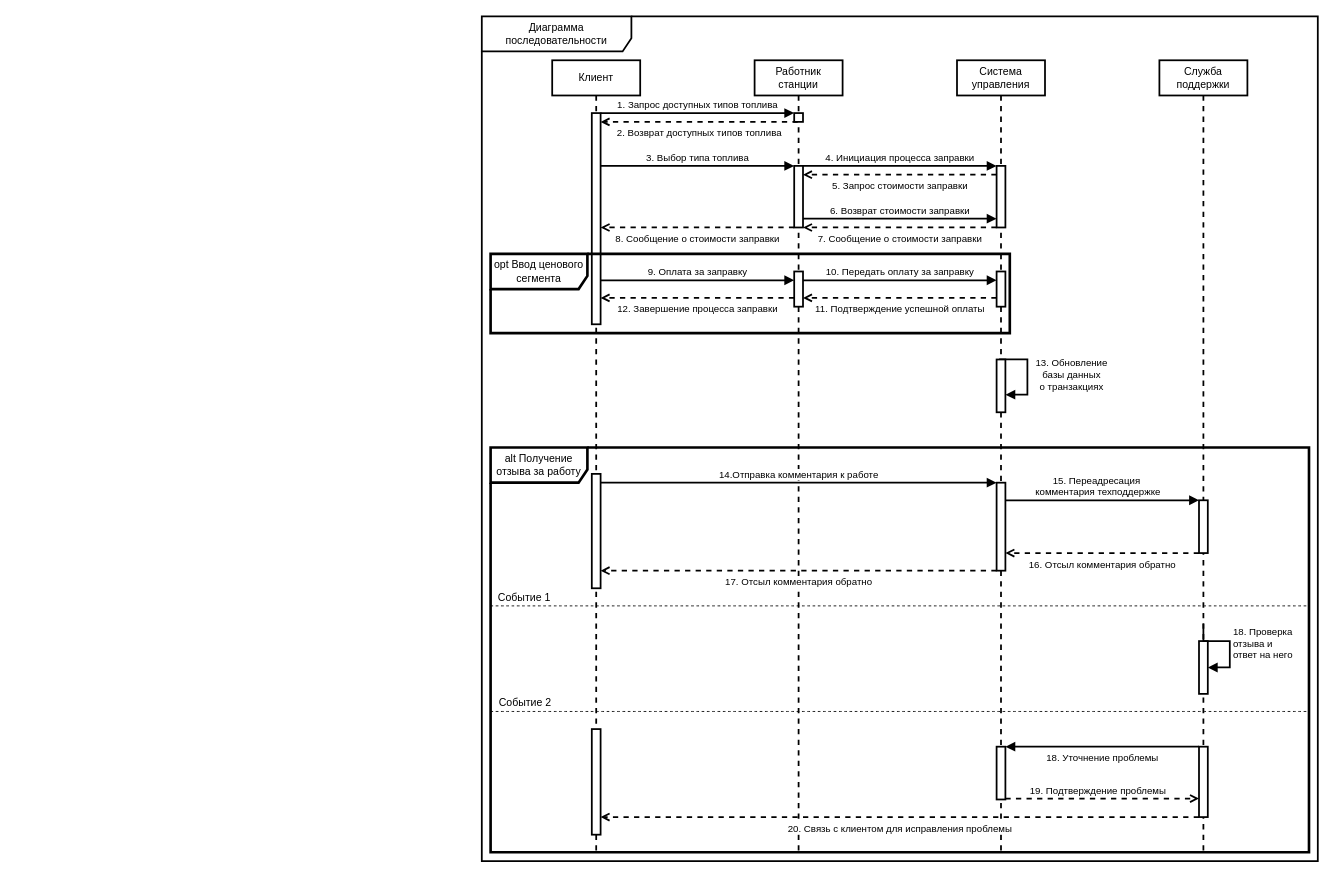
This is page "Page-1" (1 of 3) of Copy of 5.drawio from Helpmepleaseitishard/Aikms, a draw.io file, before an edit. Source tidied: cells renumbered, new cells numbered last; positions are measured from the earlier drawing's top-left corner, leaving out a move shared by most shapes. Both pictures are drawn from the tidied source at 88%, with x=0, y=0 at pixel (481, 16).
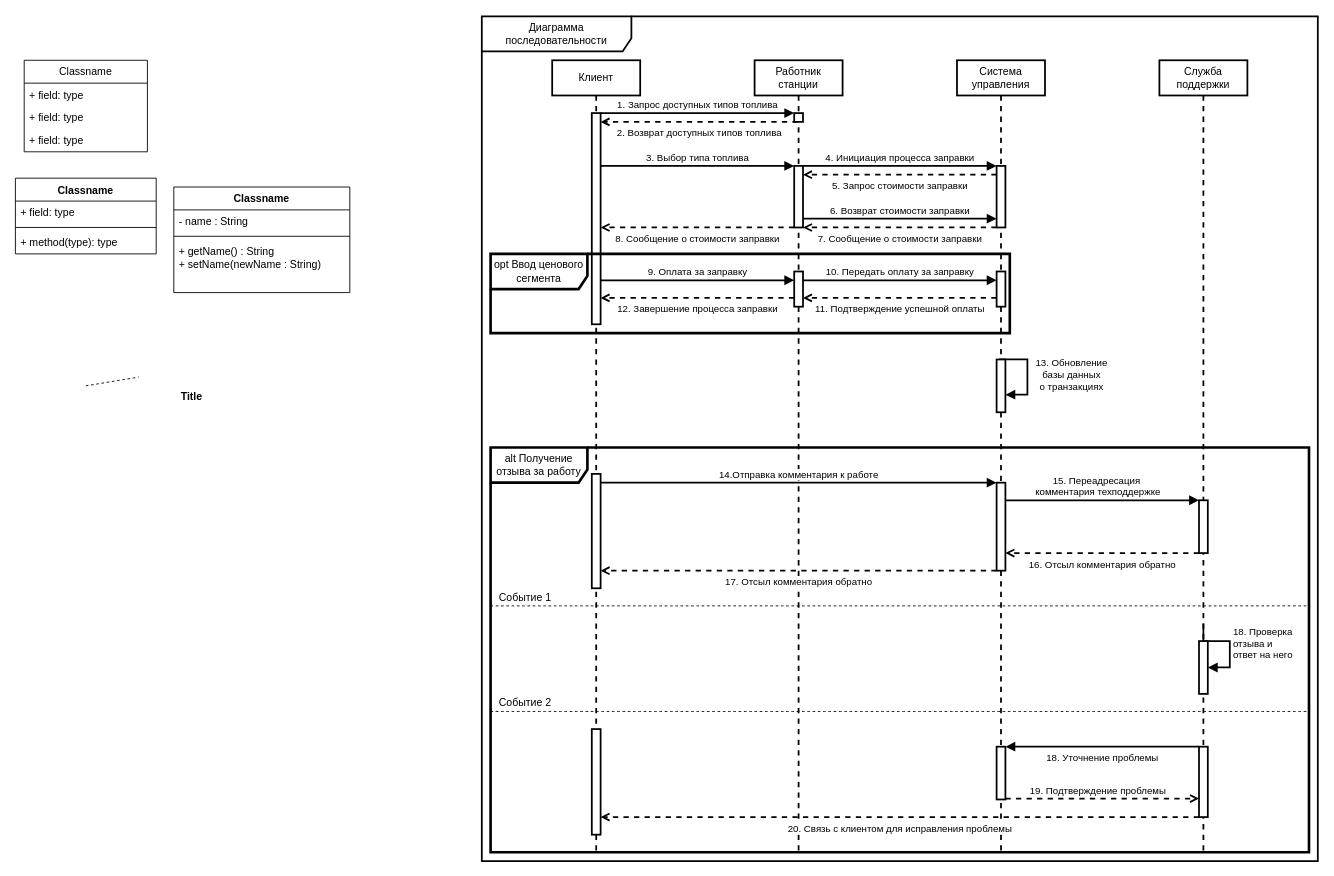
The same page after the edit.

Change to the diagram source:
```diff
@@
+    <mxCell id="48" style="endArrow=none;dashed=1;html=1;rounded=0;" parent="1" edge="1">
+      <mxGeometry relative="1" as="geometry">
+        <mxPoint x="-450" y="420" as="sourcePoint" />
+        <mxPoint x="-390" y="410" as="targetPoint" />
+      </mxGeometry>
+    </mxCell>
+    <mxCell id="49" value="Classname" style="swimlane;fontStyle=1;align=center;verticalAlign=top;horizontal=1;startSize=26;whiteSpace=wrap;html=1;" parent="1" vertex="1">
+      <mxGeometry x="-530" y="184" width="160" height="86" as="geometry" />
+    </mxCell>
+    <mxCell id="50" value="+ field: type" style="text;strokeColor=none;fillColor=none;align=left;verticalAlign=top;spacingLeft=4;spacingRight=4;overflow=hidden;whiteSpace=wrap;html=1;" parent="49" vertex="1">
+      <mxGeometry y="26" width="160" height="26" as="geometry" />
+    </mxCell>
+    <mxCell id="51" style="line;strokeWidth=1;fillColor=none;align=left;verticalAlign=middle;spacingTop=-1;spacingLeft=3;spacingRight=3;labelPosition=right;strokeColor=inherit;" parent="49" vertex="1">
+      <mxGeometry y="52" width="160" height="8" as="geometry" />
+    </mxCell>
+    <mxCell id="52" value="+ method(type): type" style="text;strokeColor=none;fillColor=none;align=left;verticalAlign=top;spacingLeft=4;spacingRight=4;overflow=hidden;whiteSpace=wrap;html=1;" parent="49" vertex="1">
+      <mxGeometry y="60" width="160" height="26" as="geometry" />
+    </mxCell>
+    <mxCell id="53" value="Classname" style="swimlane;fontStyle=0;horizontal=1;startSize=26;fillColor=none;whiteSpace=wrap;html=1;" parent="1" vertex="1">
+      <mxGeometry x="-520" y="50" width="140" height="104" as="geometry" />
+    </mxCell>
+    <mxCell id="54" value="+ field: type" style="text;strokeColor=none;fillColor=none;align=left;verticalAlign=top;spacingLeft=4;spacingRight=4;overflow=hidden;whiteSpace=wrap;html=1;" parent="53" vertex="1">
+      <mxGeometry y="26" width="140" height="26" as="geometry" />
+    </mxCell>
+    <mxCell id="55" value="+ field: type" style="text;strokeColor=none;fillColor=none;align=left;verticalAlign=top;spacingLeft=4;spacingRight=4;overflow=hidden;whiteSpace=wrap;html=1;" parent="53" vertex="1">
+      <mxGeometry y="52" width="140" height="26" as="geometry" />
+    </mxCell>
+    <mxCell id="56" value="+ field: type" style="text;strokeColor=none;fillColor=none;align=left;verticalAlign=top;spacingLeft=4;spacingRight=4;overflow=hidden;whiteSpace=wrap;html=1;" parent="53" vertex="1">
+      <mxGeometry y="78" width="140" height="26" as="geometry" />
+    </mxCell>
+    <mxCell id="57" value="Title" style="text;align=center;fontStyle=1;verticalAlign=middle;spacingLeft=3;spacingRight=3;strokeColor=none;html=1;" parent="1" vertex="1">
+      <mxGeometry x="-370" y="420" width="80" height="26" as="geometry" />
+    </mxCell>
+    <mxCell id="58" value="Classname" style="swimlane;fontStyle=1;align=center;verticalAlign=top;horizontal=1;startSize=26;whiteSpace=wrap;html=1;" parent="1" vertex="1">
+      <mxGeometry x="-350" y="194" width="200" height="120" as="geometry" />
+    </mxCell>
+    <mxCell id="59" value="- name : String" style="text;strokeColor=none;fillColor=none;align=left;verticalAlign=top;spacingLeft=4;spacingRight=4;overflow=hidden;whiteSpace=wrap;html=1;" parent="58" vertex="1">
+      <mxGeometry y="26" width="200" height="26" as="geometry" />
+    </mxCell>
+    <mxCell id="60" style="line;strokeWidth=1;fillColor=none;align=left;verticalAlign=middle;spacingTop=-1;spacingLeft=3;spacingRight=3;labelPosition=right;strokeColor=inherit;" parent="58" vertex="1">
+      <mxGeometry y="52" width="200" height="8" as="geometry" />
+    </mxCell>
+    <mxCell id="61" value="&lt;div&gt;+ getName() : String&lt;/div&gt;&lt;div&gt;+ setName(newName : String)&lt;br&gt;&lt;/div&gt;" style="text;strokeColor=none;fillColor=none;align=left;verticalAlign=top;spacingLeft=4;spacingRight=4;overflow=hidden;whiteSpace=wrap;html=1;" parent="58" vertex="1">
+      <mxGeometry y="60" width="200" height="60" as="geometry" />
+    </mxCell>
```
